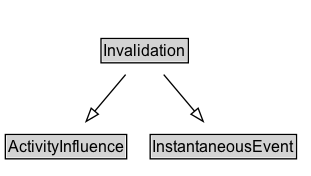
Above: docs/diagrams/Invalidation.dot.png in k-vaughn/ontology-import-prov (Graphviz), before the change. Its source is kept beside it as docs/diagrams/Invalidation.dot. Its diagram source:
```dot
digraph {
	graph [overlap=false rankdir=TB splines=true]
	node [fontname=Arial fontsize=12 margin=0 shape=none]
	edge [fontname=Arial fontsize=11]
	Invalidation [label=<<TABLE BORDER="1" CELLBORDER="0" CELLSPACING="0" CELLPADDING="1"><TR><TD BGCOLOR="lightgray" ALIGN="CENTER">Invalidation</TD></TR></TABLE>> URL="../Invalidation" margin=0]
	{
		rank=max
	}
	subgraph cluster_associated {
		label="" style=invis
		Invis [label=<<TABLE BORDER="0" CELLBORDER="0" CELLSPACING="0" CELLPADDING="1"><TR><TD></TD></TR></TABLE>> margin=0 style=invis]
	}
	ActivityInfluence [label=<<TABLE BORDER="1" CELLBORDER="0" CELLSPACING="0" CELLPADDING="1"><TR><TD BGCOLOR="lightgray" ALIGN="CENTER">ActivityInfluence</TD></TR></TABLE>> URL="../ActivityInfluence" margin=0]
	Invalidation -> ActivityInfluence [arrowhead=onormal style=solid]
	InstantaneousEvent [label=<<TABLE BORDER="1" CELLBORDER="0" CELLSPACING="0" CELLPADDING="1"><TR><TD BGCOLOR="lightgray" ALIGN="CENTER">InstantaneousEvent</TD></TR></TABLE>> URL="../InstantaneousEvent" margin=0]
	Invalidation -> InstantaneousEvent [arrowhead=onormal style=solid]
}
```
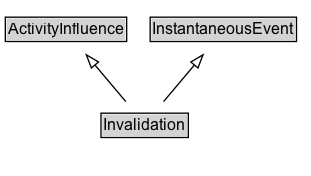
The same diagram one commit later.

The edit, as a diff of the source:
```diff
@@ -2,6 +2,11 @@
 	graph [overlap=false rankdir=TB splines=true]
 	node [fontname=Arial fontsize=12 margin=0 shape=none]
 	edge [fontname=Arial fontsize=11]
+	{
+		rank=source
+		ActivityInfluence [label=<<TABLE BORDER="1" CELLBORDER="0" CELLSPACING="0" CELLPADDING="1"><TR><TD BGCOLOR="lightgray" ALIGN="CENTER">ActivityInfluence</TD></TR></TABLE>> URL="../ActivityInfluence" margin=0]
+		InstantaneousEvent [label=<<TABLE BORDER="1" CELLBORDER="0" CELLSPACING="0" CELLPADDING="1"><TR><TD BGCOLOR="lightgray" ALIGN="CENTER">InstantaneousEvent</TD></TR></TABLE>> URL="../InstantaneousEvent" margin=0]
+	}
 	Invalidation [label=<<TABLE BORDER="1" CELLBORDER="0" CELLSPACING="0" CELLPADDING="1"><TR><TD BGCOLOR="lightgray" ALIGN="CENTER">Invalidation</TD></TR></TABLE>> URL="../Invalidation" margin=0]
 	{
 		rank=max
@@ -10,8 +15,6 @@
 		label="" style=invis
 		Invis [label=<<TABLE BORDER="0" CELLBORDER="0" CELLSPACING="0" CELLPADDING="1"><TR><TD></TD></TR></TABLE>> margin=0 style=invis]
 	}
-	ActivityInfluence [label=<<TABLE BORDER="1" CELLBORDER="0" CELLSPACING="0" CELLPADDING="1"><TR><TD BGCOLOR="lightgray" ALIGN="CENTER">ActivityInfluence</TD></TR></TABLE>> URL="../ActivityInfluence" margin=0]
 	Invalidation -> ActivityInfluence [arrowhead=onormal style=solid]
-	InstantaneousEvent [label=<<TABLE BORDER="1" CELLBORDER="0" CELLSPACING="0" CELLPADDING="1"><TR><TD BGCOLOR="lightgray" ALIGN="CENTER">InstantaneousEvent</TD></TR></TABLE>> URL="../InstantaneousEvent" margin=0]
 	Invalidation -> InstantaneousEvent [arrowhead=onormal style=solid]
 }
```
